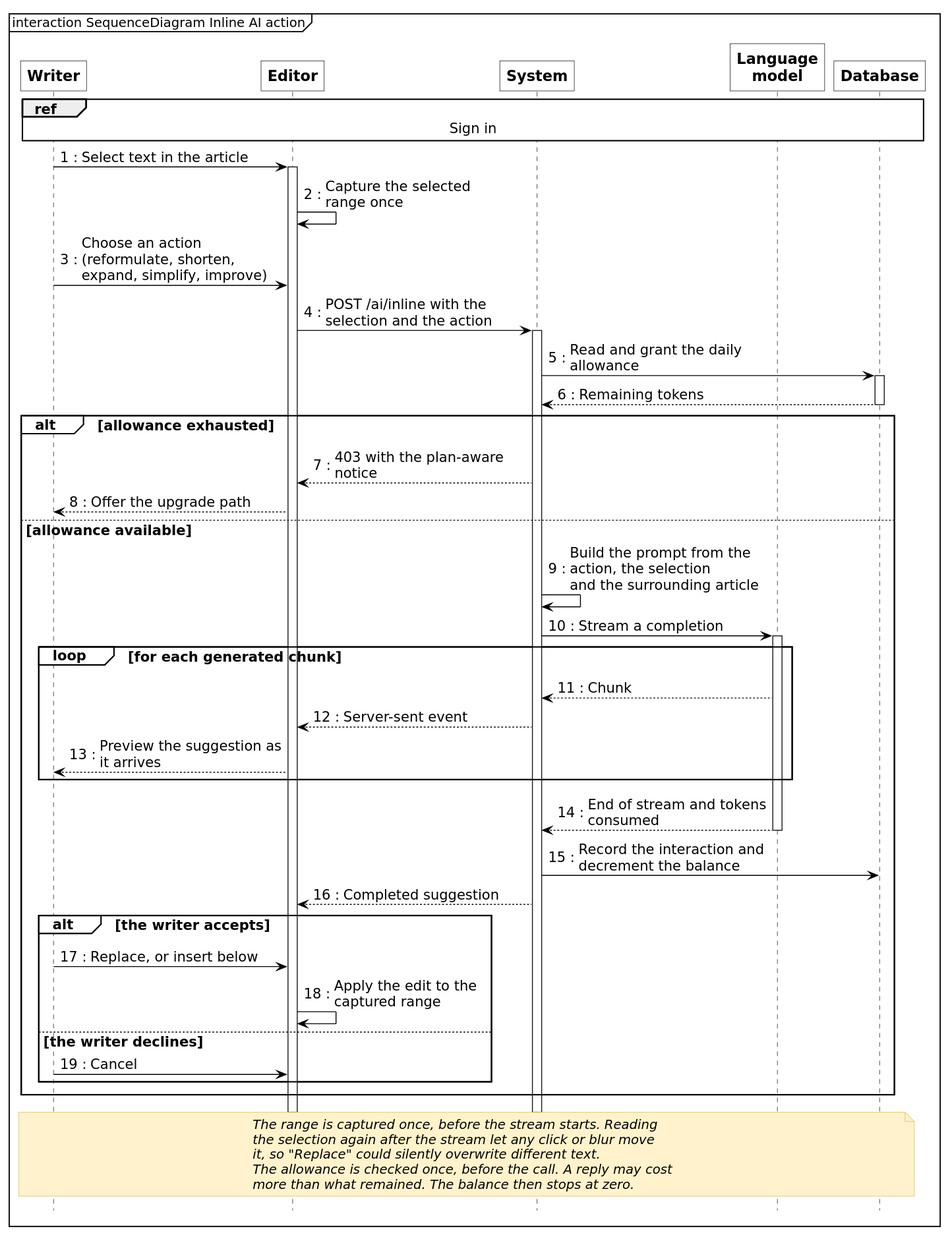
Above: diagrams/fig-4-6-sequence-inline-ai-edit/fig-4-6-sequence-inline-ai-edit.svg in inkwell-dev/spec.inkwell.ai (PlantUML), before the change.
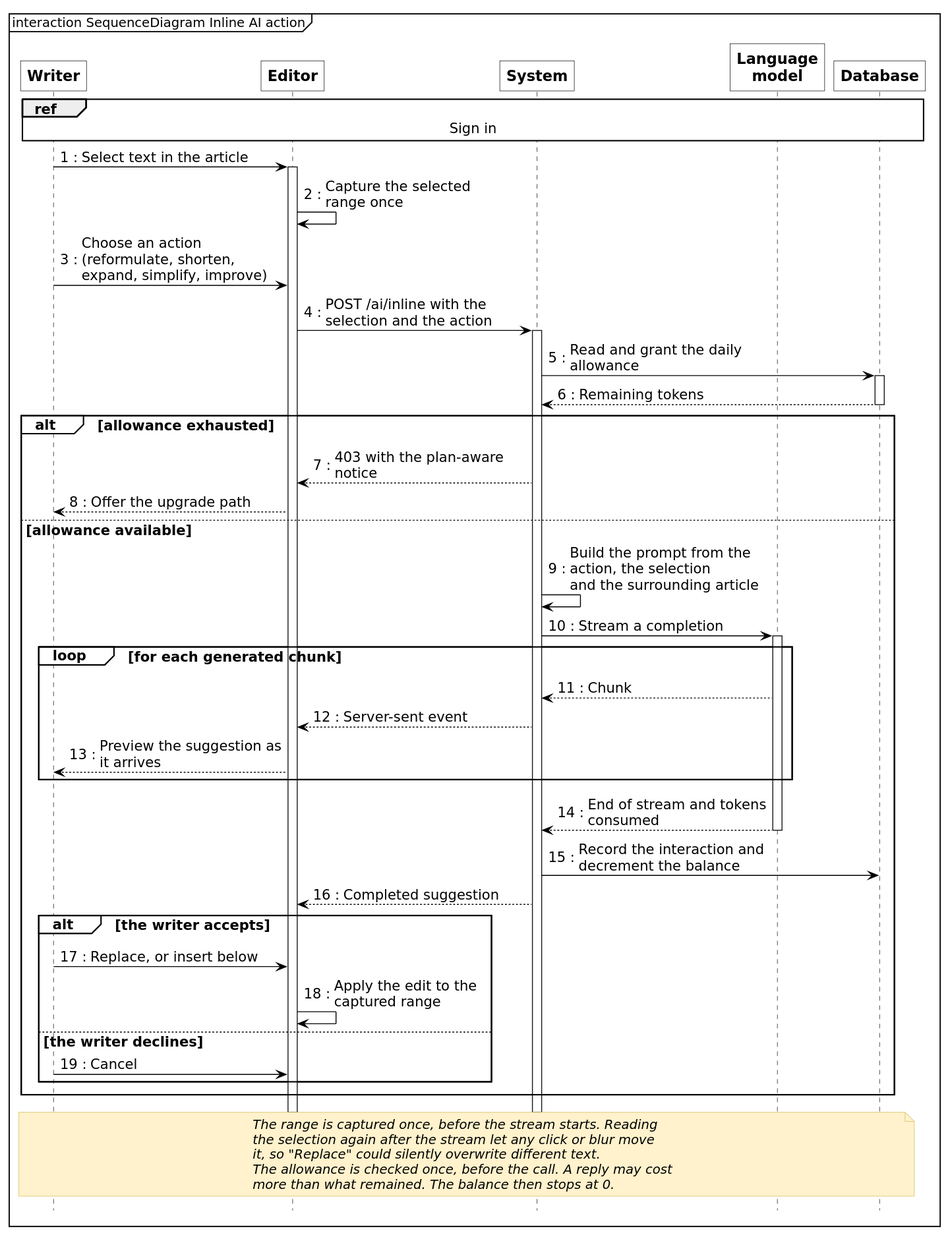
After the change.

The edit, as a diff of the source:
```diff
@@ -54,6 +54,6 @@
   the selection again after the stream let any click or blur move
   it, so "Replace" could silently overwrite different text.
   The allowance is checked once, before the call. A reply may cost
-  more than what remained. The balance then stops at zero.
+  more than what remained. The balance then stops at 0.
 end note
 @enduml
```
